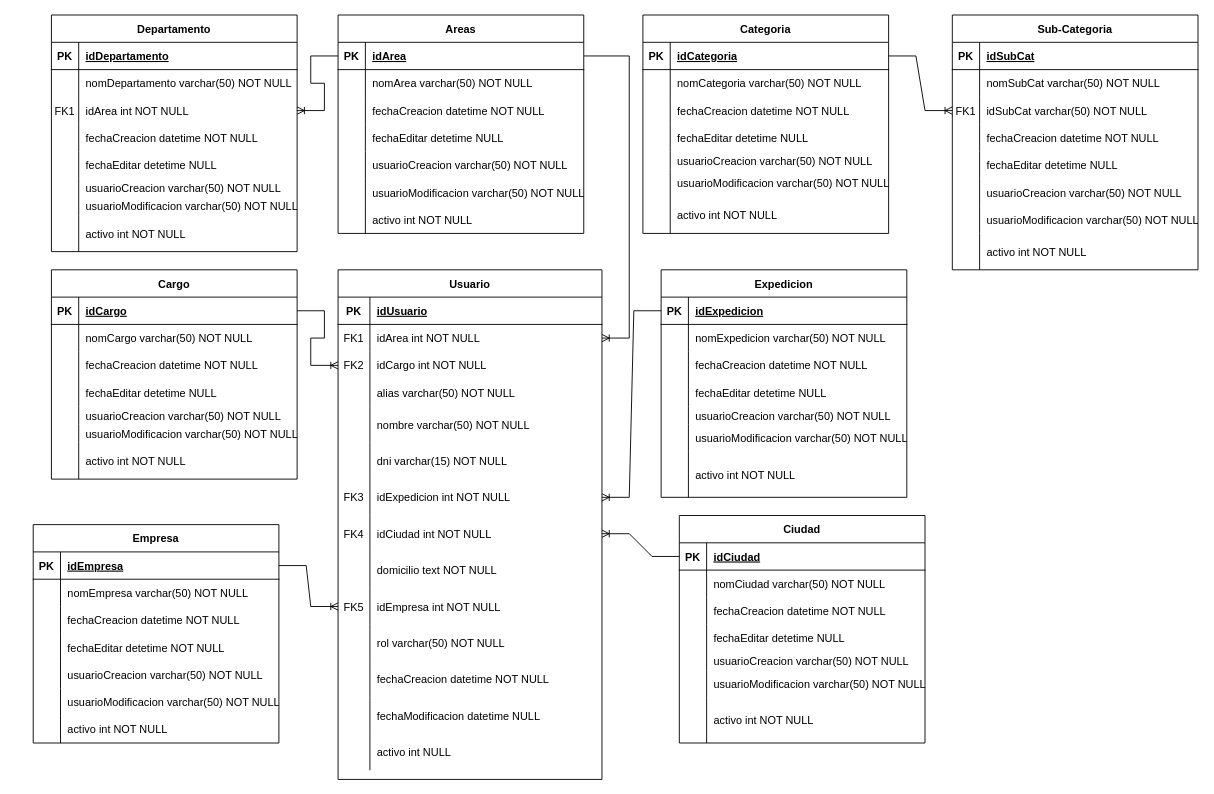
tomyivan/diagramas-DB keeps this draw.io diagram as Diagrama Activos Fijos.drawio. Above is the earlier version. Source tidied: cells renumbered, new cells numbered last; positions are measured from the earlier drawing's top-left corner, leaving out a move shared by most shapes. Both pictures are drawn from the tidied source at 91%, with x=0, y=0 at pixel (33, 15).
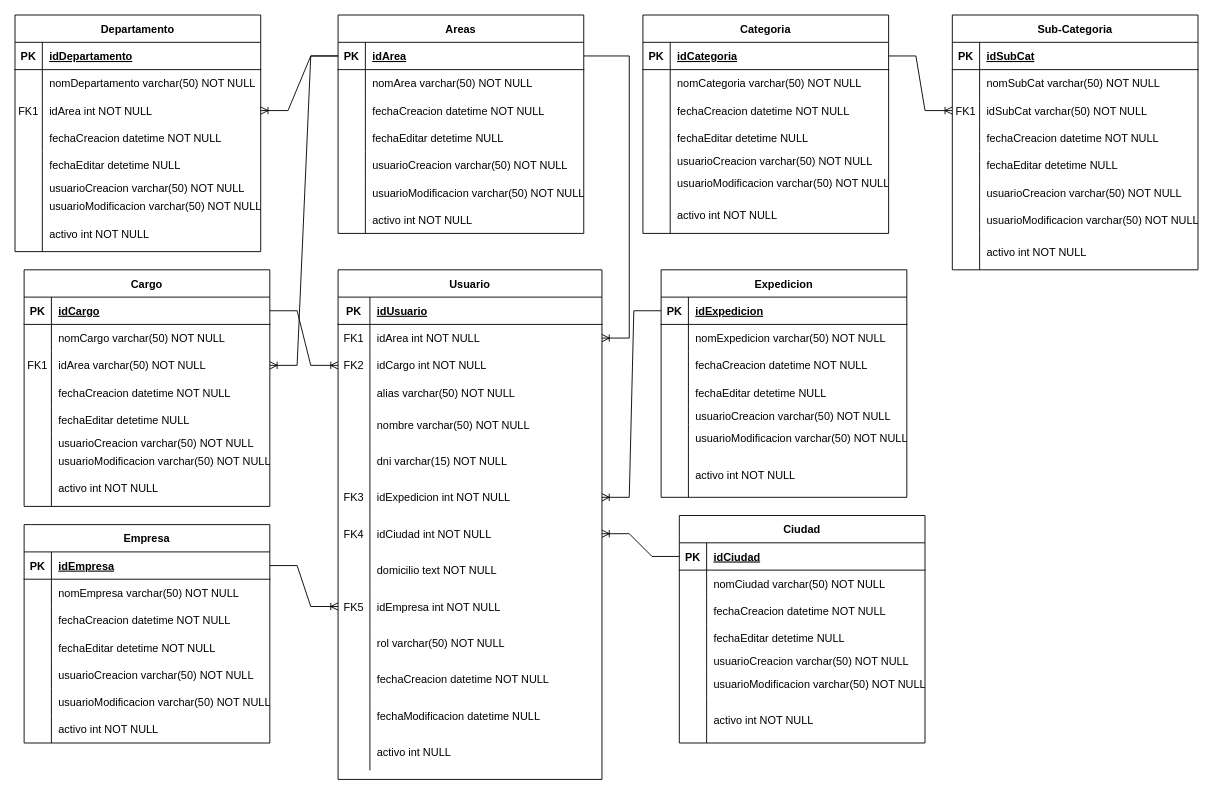
The same page after the edit.

Unchanged cells that the change refers to:
```xml
<mxCell id="3" style="shape=partialRectangle;fillColor=none;points=[[0,0.5],[1,0.5]];portConstraint=eastwest;top=0;left=0;right=0;bottom=1;" parent="2" vertex="1">
  <mxGeometry y="30" width="270" height="30" as="geometry" />
</mxCell>
```

What changed in the source:
```diff
@@
     <mxCell id="24" value="Departamento" style="shape=table;startSize=30;childLayout=tableLayout;rowLines=0;fontStyle=1;align=center;" parent="1" vertex="1">
-      <mxGeometry x="20" width="270" height="260" as="geometry" />
+      <mxGeometry x="-20" width="270" height="260" as="geometry" />
     </mxCell>
@@
     <mxCell id="50" value="Cargo" style="shape=table;startSize=30;childLayout=tableLayout;rowLines=0;fontStyle=1;align=center;" parent="1" vertex="1">
-      <mxGeometry x="20" y="280" width="270" height="230" as="geometry" />
+      <mxGeometry x="-10" y="280" width="270" height="260" as="geometry" />
     </mxCell>
@@
+    <mxCell id="234" style="shape=partialRectangle;fillColor=none;points=[[0,0.5],[1,0.5]];portConstraint=eastwest;top=0;left=0;right=0;bottom=0;" parent="50" vertex="1">
+      <mxGeometry y="90" width="270" height="30" as="geometry" />
+    </mxCell>
+    <mxCell id="235" value="FK1" style="shape=partialRectangle;overflow=hidden;fillColor=none;top=0;left=0;bottom=0;right=0;" parent="234" vertex="1">
+      <mxGeometry width="30" height="30" as="geometry" />
+    </mxCell>
+    <mxCell id="236" value="idArea varchar(50) NOT NULL" style="shape=partialRectangle;overflow=hidden;fillColor=none;top=0;left=0;bottom=0;right=0;align=left;spacingLeft=6;" parent="234" vertex="1">
+      <mxGeometry x="30" width="240" height="30" as="geometry" />
+    </mxCell>
     <mxCell id="57" style="shape=partialRectangle;fillColor=none;top=0;left=0;right=0;bottom=0;" parent="50" vertex="1">
-      <mxGeometry y="90" width="270" height="30" as="geometry" />
+      <mxGeometry y="120" width="270" height="30" as="geometry" />
     </mxCell>
@@
     <mxCell id="60" style="shape=partialRectangle;fillColor=none;top=0;left=0;right=0;bottom=0;" parent="50" vertex="1">
-      <mxGeometry y="120" width="270" height="30" as="geometry" />
+      <mxGeometry y="150" width="270" height="30" as="geometry" />
     </mxCell>
@@
     <mxCell id="63" style="shape=partialRectangle;fillColor=none;top=0;left=0;right=0;bottom=0;" parent="50" vertex="1">
-      <mxGeometry y="150" width="270" height="20" as="geometry" />
+      <mxGeometry y="180" width="270" height="20" as="geometry" />
     </mxCell>
@@
     <mxCell id="66" style="shape=partialRectangle;fillColor=none;top=0;left=0;right=0;bottom=0;" parent="50" vertex="1">
-      <mxGeometry y="170" width="270" height="20" as="geometry" />
+      <mxGeometry y="200" width="270" height="20" as="geometry" />
     </mxCell>
@@
     <mxCell id="69" style="shape=partialRectangle;fillColor=none;top=0;left=0;right=0;bottom=0;" parent="50" vertex="1">
-      <mxGeometry y="190" width="270" height="40" as="geometry" />
+      <mxGeometry y="220" width="270" height="40" as="geometry" />
     </mxCell>
@@
     <mxCell id="188" value="Empresa" style="shape=table;startSize=30;childLayout=tableLayout;rowLines=0;fontStyle=1;align=center;" parent="1" vertex="1">
-      <mxGeometry y="560" width="270" height="240" as="geometry" />
+      <mxGeometry x="-10" y="560" width="270" height="240" as="geometry" />
     </mxCell>
@@
+    <mxCell id="237" style="edgeStyle=entityRelationEdgeStyle;fontSize=12;html=1;endArrow=ERoneToMany;rounded=0;" parent="1" edge="1" source="3" target="234">
+      <mxGeometry relative="1" as="geometry" />
+    </mxCell>
```
